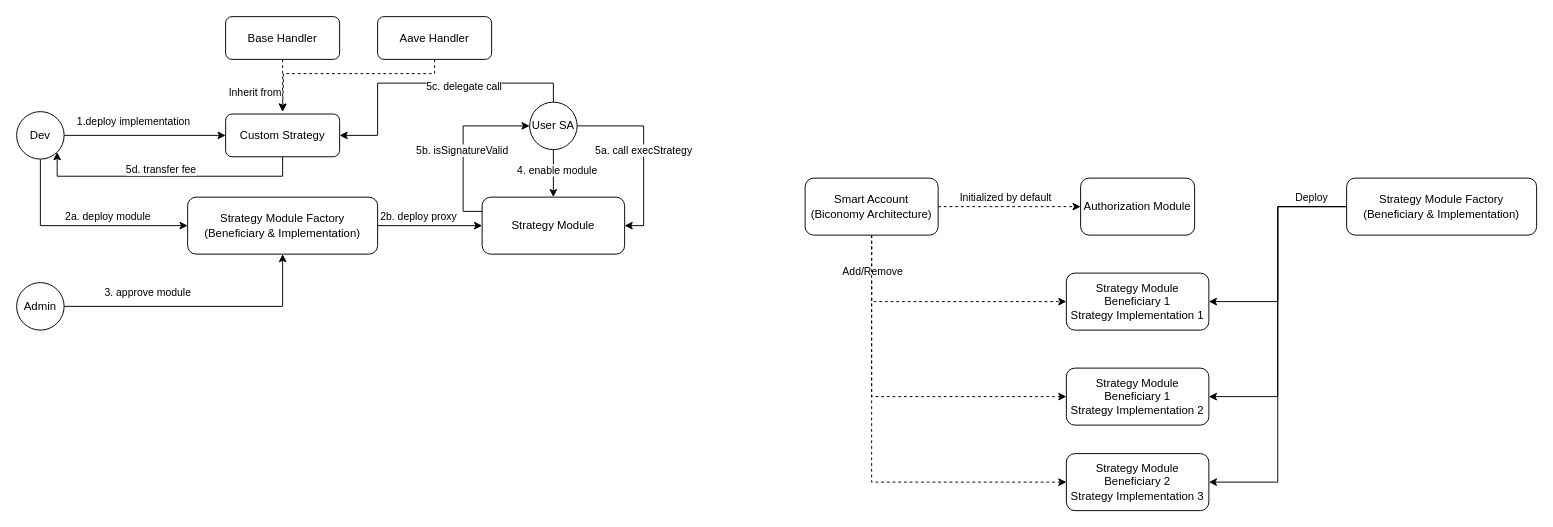
The draw.io diagram defi-strategies/Untitled Diagram.drawio in Unhosted-Wallet/unhosted-modules, before the edit. Source tidied: cells renumbered, new cells numbered last; positions are measured from the earlier drawing's top-left corner, leaving out a move shared by most shapes. Both pictures are drawn from the tidied source at 95%, with x=0, y=0 at pixel (16, 16).
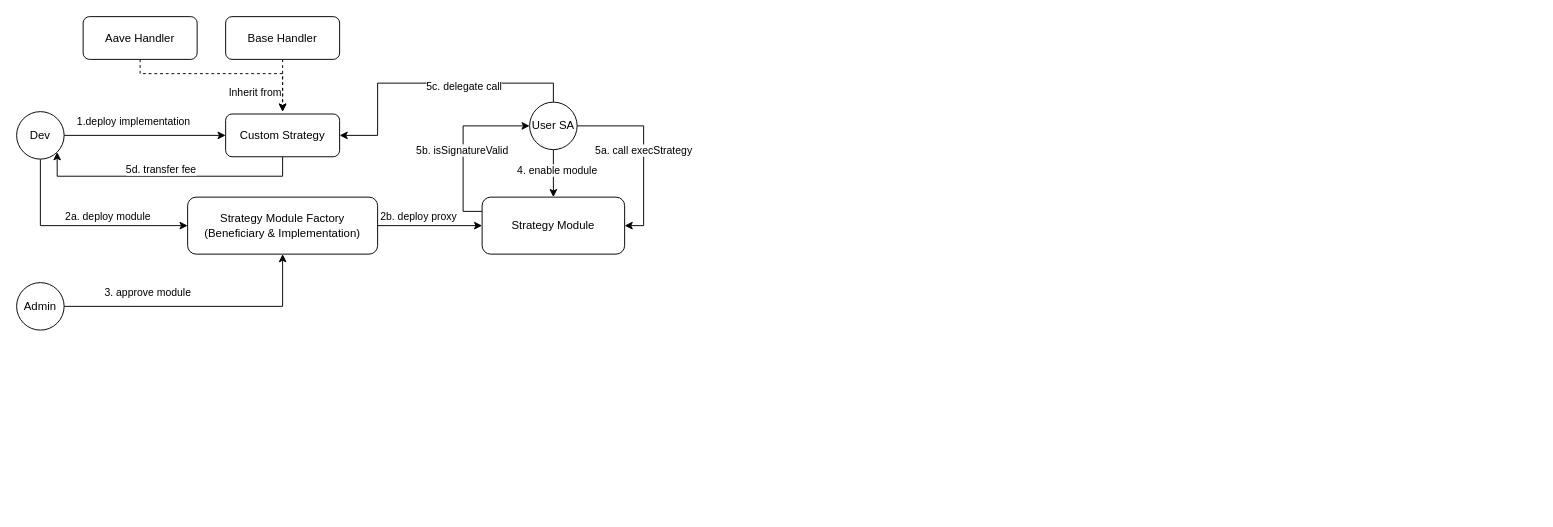
The same page after the edit.

Change to the diagram source:
```diff
@@
-    <mxCell id="2" style="edgeStyle=orthogonalEdgeStyle;rounded=0;jettySize=auto;html=1;dashed=1;" parent="1" edge="1" source="8" target="9">
-      <mxGeometry relative="1" as="geometry" />
-    </mxCell>
-    <mxCell id="3" value="Initialized by default" style="edgeLabel;html=1;align=center;verticalAlign=middle;" parent="2" vertex="1">
-      <mxGeometry x="-0.27" y="-2" relative="1" as="geometry">
-        <mxPoint x="15" y="-12" as="offset" />
-      </mxGeometry>
-    </mxCell>
-    <mxCell id="4" style="edgeStyle=orthogonalEdgeStyle;rounded=0;jettySize=auto;html=1;entryX=0;entryY=0.5;entryDx=0;entryDy=0;dashed=1;exitX=0.5;exitY=1;exitDx=0;exitDy=0;" parent="1" edge="1" source="8" target="10">
-      <mxGeometry relative="1" as="geometry" />
-    </mxCell>
-    <mxCell id="5" style="edgeStyle=orthogonalEdgeStyle;rounded=0;jettySize=auto;html=1;entryX=0;entryY=0.5;entryDx=0;entryDy=0;dashed=1;exitX=0.5;exitY=1;exitDx=0;exitDy=0;" parent="1" edge="1" source="8" target="11">
-      <mxGeometry relative="1" as="geometry" />
-    </mxCell>
-    <mxCell id="6" value="Add/Remove" style="edgeLabel;html=1;align=center;verticalAlign=middle;" parent="5" vertex="1">
-      <mxGeometry x="-0.71" relative="1" as="geometry">
-        <mxPoint y="-16" as="offset" />
-      </mxGeometry>
-    </mxCell>
-    <mxCell id="7" style="edgeStyle=orthogonalEdgeStyle;rounded=0;jettySize=auto;html=1;entryX=0;entryY=0.5;entryDx=0;entryDy=0;dashed=1;exitX=0.5;exitY=1;exitDx=0;exitDy=0;" parent="1" edge="1" source="8" target="17">
-      <mxGeometry relative="1" as="geometry" />
-    </mxCell>
-    <mxCell id="8" value="Smart Account&lt;br&gt;(Biconomy Architecture)" style="rounded=1;whiteSpace=wrap;html=1;" parent="1" vertex="1">
-      <mxGeometry x="830" y="170" width="140" height="60" as="geometry" />
-    </mxCell>
-    <mxCell id="9" value="Authorization Module" style="whiteSpace=wrap;html=1;rounded=1;" parent="1" vertex="1">
-      <mxGeometry x="1120" y="170" width="120" height="60" as="geometry" />
-    </mxCell>
-    <mxCell id="10" value="Strategy Module&lt;br&gt;Beneficiary 1&lt;br&gt;Strategy Implementation 1" style="whiteSpace=wrap;html=1;rounded=1;" parent="1" vertex="1">
-      <mxGeometry x="1105" y="270" width="150" height="60" as="geometry" />
-    </mxCell>
-    <mxCell id="11" value="Strategy Module&lt;br&gt;Beneficiary 1&lt;br&gt;Strategy&amp;nbsp;Implementation 2" style="whiteSpace=wrap;html=1;rounded=1;" parent="1" vertex="1">
-      <mxGeometry x="1105" y="370" width="150" height="60" as="geometry" />
-    </mxCell>
-    <mxCell id="12" style="edgeStyle=orthogonalEdgeStyle;rounded=0;jettySize=auto;html=1;exitX=0;exitY=0.5;exitDx=0;exitDy=0;entryX=1;entryY=0.5;entryDx=0;entryDy=0;" parent="1" edge="1" source="16" target="11">
-      <mxGeometry relative="1" as="geometry" />
-    </mxCell>
-    <mxCell id="13" style="edgeStyle=orthogonalEdgeStyle;rounded=0;jettySize=auto;html=1;entryX=1;entryY=0.5;entryDx=0;entryDy=0;" parent="1" edge="1" source="16" target="10">
-      <mxGeometry relative="1" as="geometry" />
-    </mxCell>
-    <mxCell id="14" value="Deploy" style="edgeLabel;html=1;align=center;verticalAlign=middle;" parent="13" vertex="1">
-      <mxGeometry x="-0.72" y="5" relative="1" as="geometry">
-        <mxPoint x="-4" y="-15" as="offset" />
-      </mxGeometry>
-    </mxCell>
-    <mxCell id="15" style="edgeStyle=orthogonalEdgeStyle;rounded=0;jettySize=auto;html=1;entryX=1;entryY=0.5;entryDx=0;entryDy=0;" parent="1" edge="1" source="16" target="17">
-      <mxGeometry relative="1" as="geometry" />
-    </mxCell>
-    <mxCell id="16" value="Strategy Module Factory&lt;br&gt;(Beneficiary &amp;amp;&amp;nbsp;Implementation)" style="whiteSpace=wrap;html=1;rounded=1;" parent="1" vertex="1">
-      <mxGeometry x="1400" y="170" width="200" height="60" as="geometry" />
-    </mxCell>
-    <mxCell id="17" value="Strategy Module&lt;br&gt;Beneficiary 2&lt;br&gt;Strategy&amp;nbsp;Implementation 3" style="whiteSpace=wrap;html=1;rounded=1;" parent="1" vertex="1">
-      <mxGeometry x="1105" y="460" width="150" height="60" as="geometry" />
-    </mxCell>
@@
     <mxCell id="29" style="edgeStyle=orthogonalEdgeStyle;rounded=0;jettySize=auto;html=1;dashed=1;" parent="1" edge="1" source="30">
       <mxGeometry relative="1" as="geometry">
         <mxPoint x="280" y="100" as="targetPoint" />
         <Array as="points">
-          <mxPoint x="440" y="60" />
-          <mxPoint x="281" y="60" />
+          <mxPoint x="130" y="60" />
+          <mxPoint x="280" y="60" />
         </Array>
       </mxGeometry>
     </mxCell>
     <mxCell id="30" value="Aave Handler" style="rounded=1;whiteSpace=wrap;html=1;" parent="1" vertex="1">
-      <mxGeometry x="380" width="120" height="45" as="geometry" />
+      <mxGeometry x="70" width="120" height="45" as="geometry" />
     </mxCell>
```
